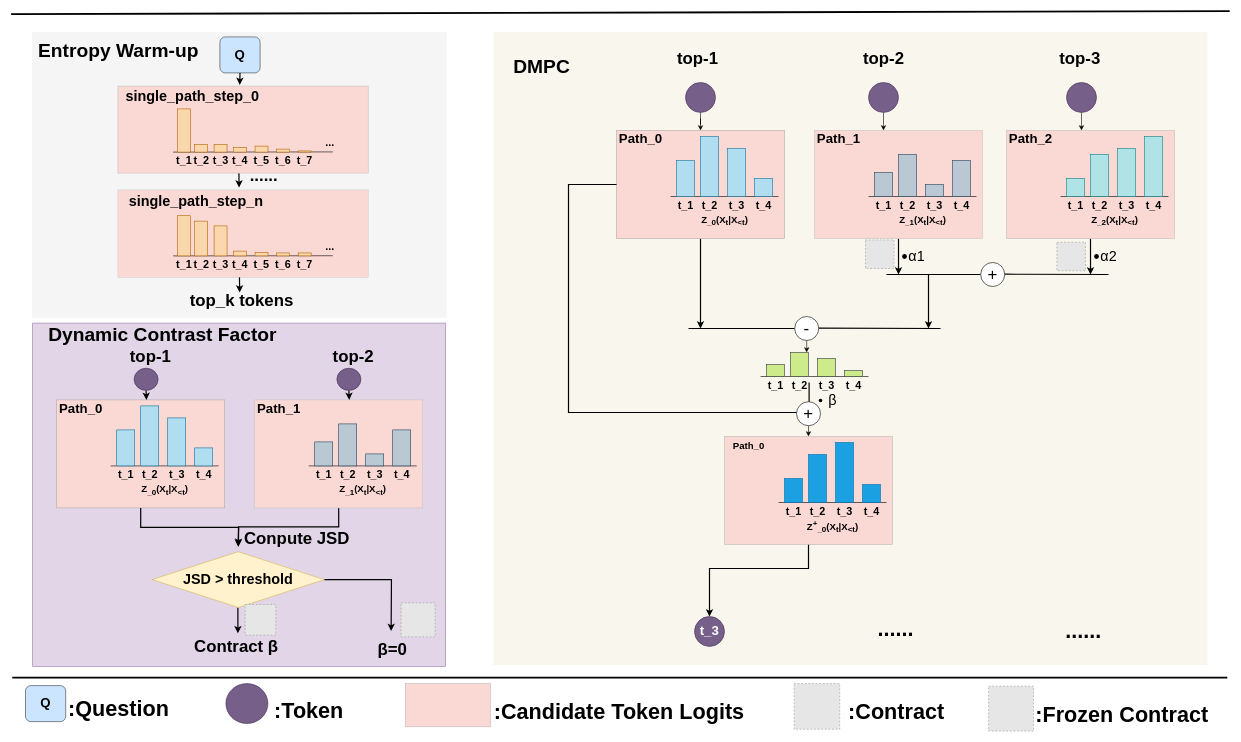
zty-king/zty-king keeps this draw.io diagram as drawio_images/MPCR.drawio. Above is the earlier version. Source tidied: cells renumbered, new cells numbered last; positions are measured from the earlier drawing's top-left corner, leaving out a move shared by most shapes. Both pictures are drawn from the tidied source at 60%, with x=0, y=0 at pixel (11, 11). Pictures stored in the file or linked from it are replaced by grey dashed boxes.
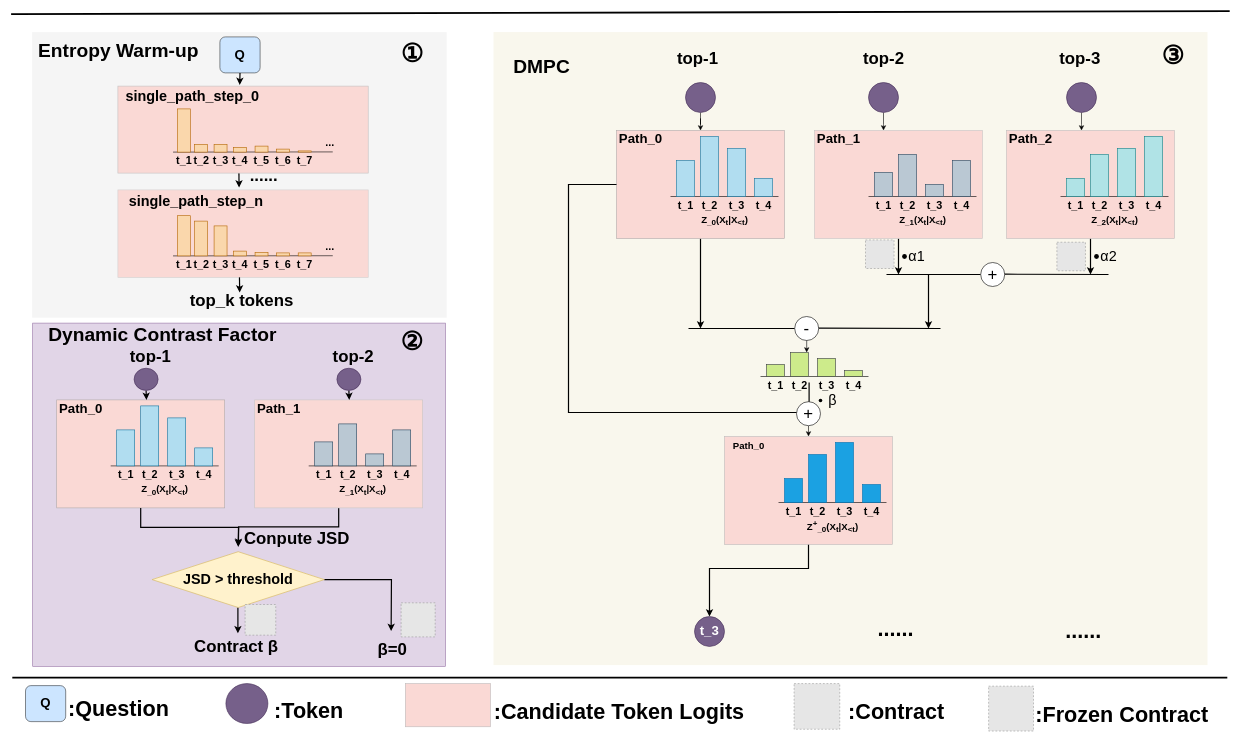
Above is the later version.

Unchanged cells that the change refers to:
```xml
<mxCell id="169" style="group;" parent="1" vertex="1">
  <mxGeometry x="26" y="520" width="709" height="572" as="geometry" />
</mxCell>
```

Change to the diagram source:
```diff
@@
+    <mxCell id="220" value="&lt;font&gt;&lt;span&gt;②&lt;/span&gt;&lt;/font&gt;" style="text;html=1;whiteSpace=wrap;strokeColor=none;fillColor=none;align=center;verticalAlign=middle;rounded=0;fontSize=42;fontStyle=1;" parent="169" vertex="1">
+      <mxGeometry x="585" width="114.7" height="63" as="geometry" />
+    </mxCell>
@@
+    <mxCell id="221" value="&lt;font&gt;&lt;span&gt;①&amp;nbsp;&lt;/span&gt;&lt;/font&gt;" style="text;html=1;whiteSpace=wrap;strokeColor=none;fillColor=none;align=center;verticalAlign=middle;rounded=0;fontSize=42;fontStyle=1;" parent="1" vertex="1">
+      <mxGeometry x="617" y="40" width="114.7" height="63" as="geometry" />
+    </mxCell>
+    <mxCell id="222" value="&lt;font&gt;&lt;span&gt;③&lt;/span&gt;&lt;/font&gt;" style="text;html=1;whiteSpace=wrap;strokeColor=none;fillColor=none;align=center;verticalAlign=middle;rounded=0;fontSize=42;fontStyle=1;" parent="1" vertex="1">
+      <mxGeometry x="1879.3" y="43" width="114.7" height="63" as="geometry" />
+    </mxCell>
```
